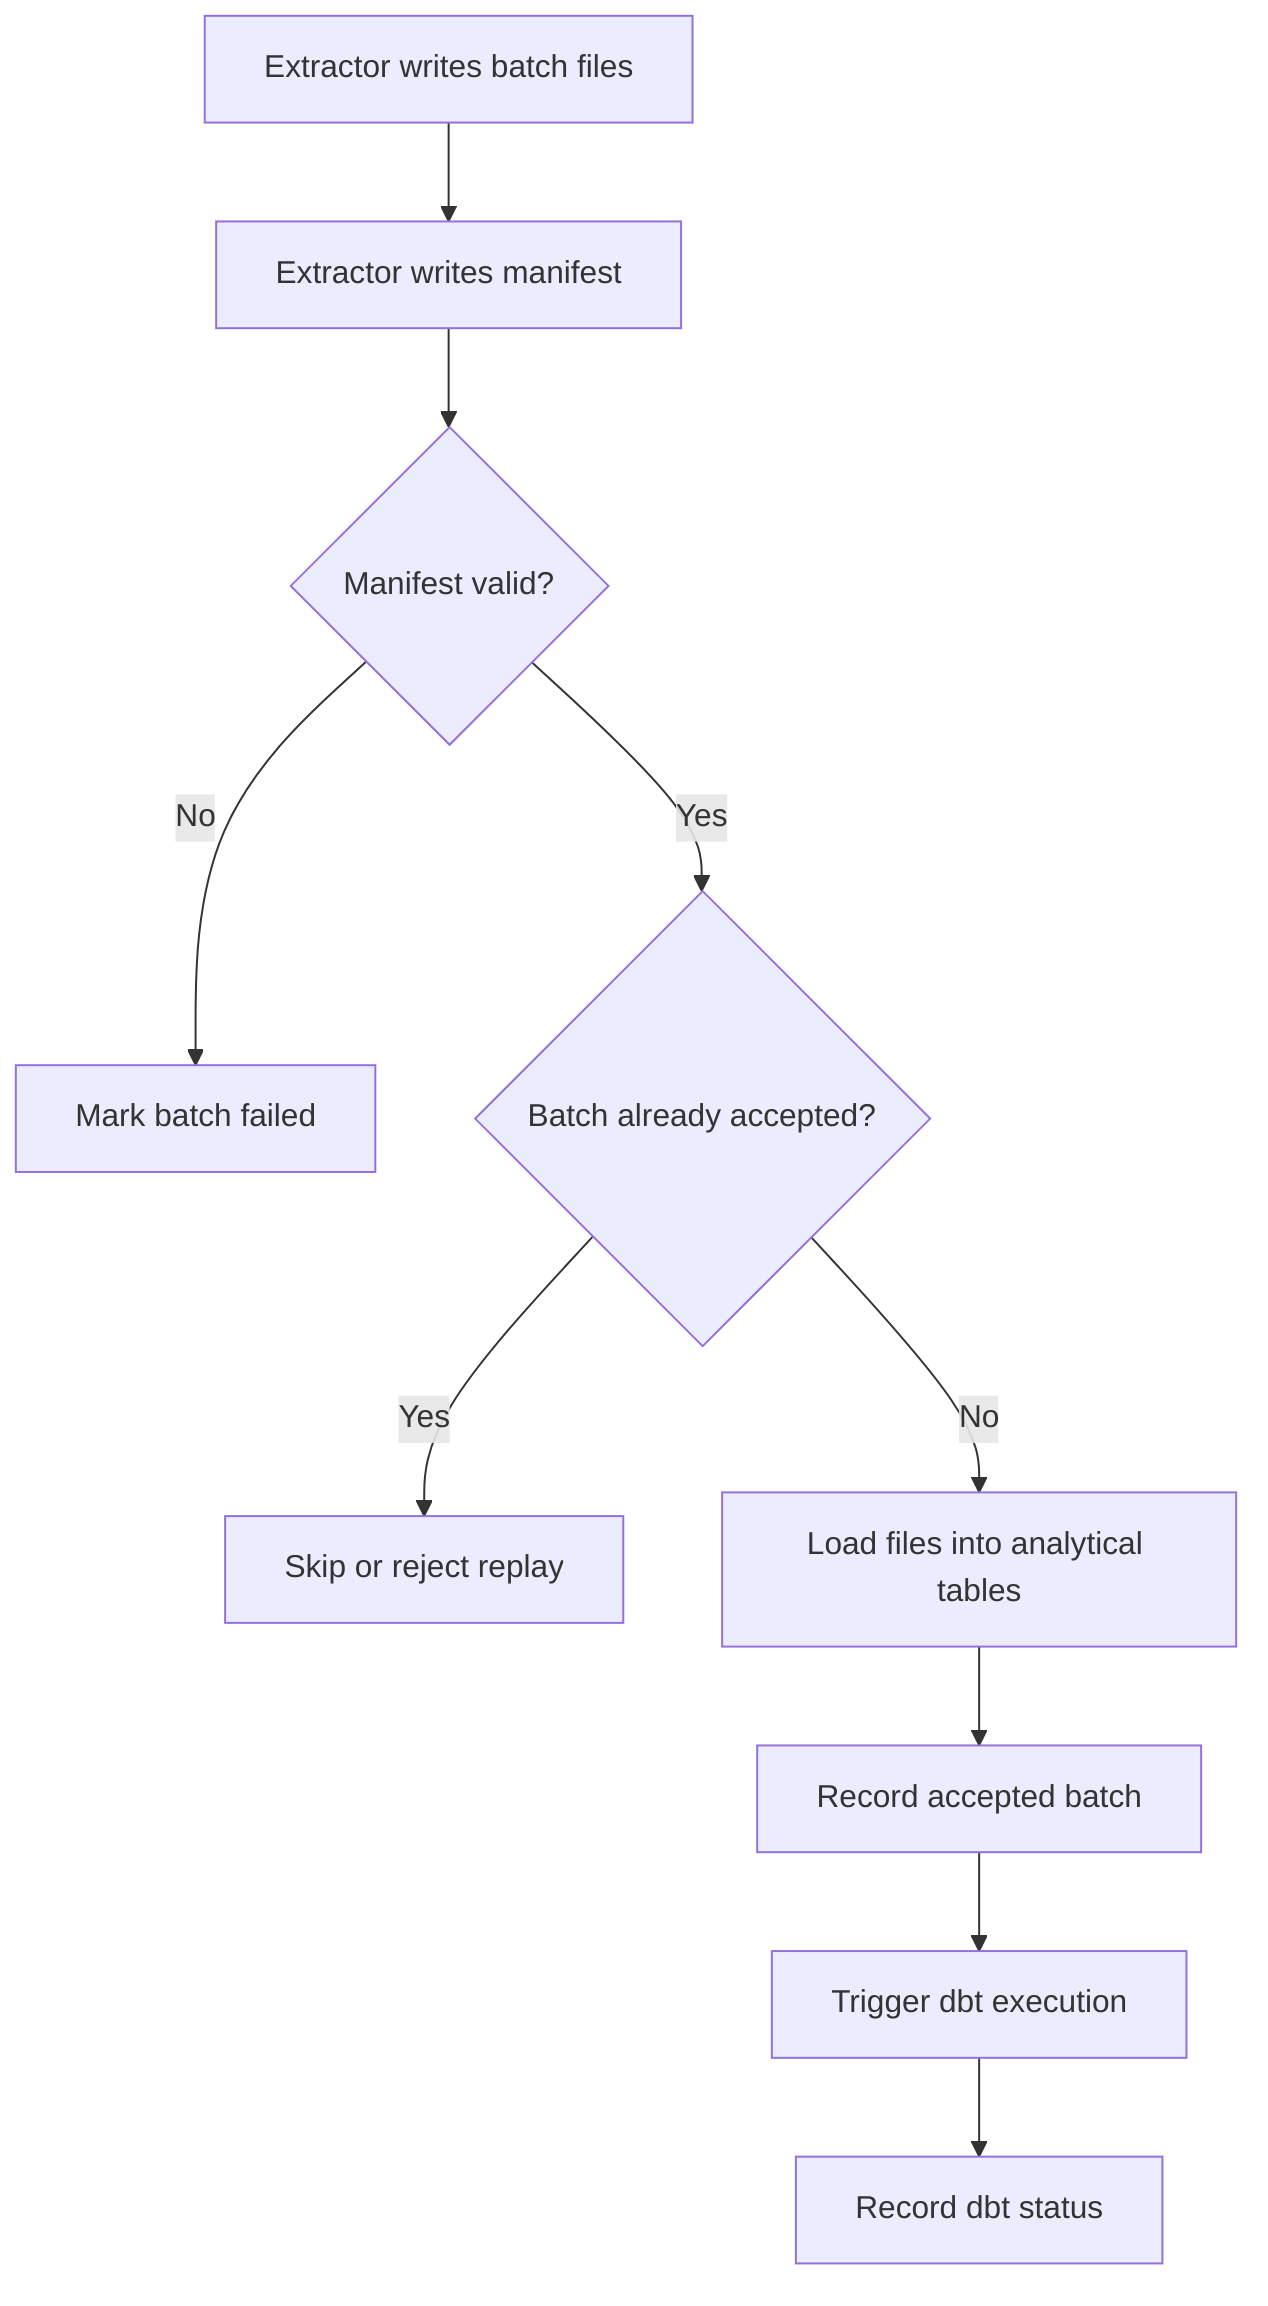
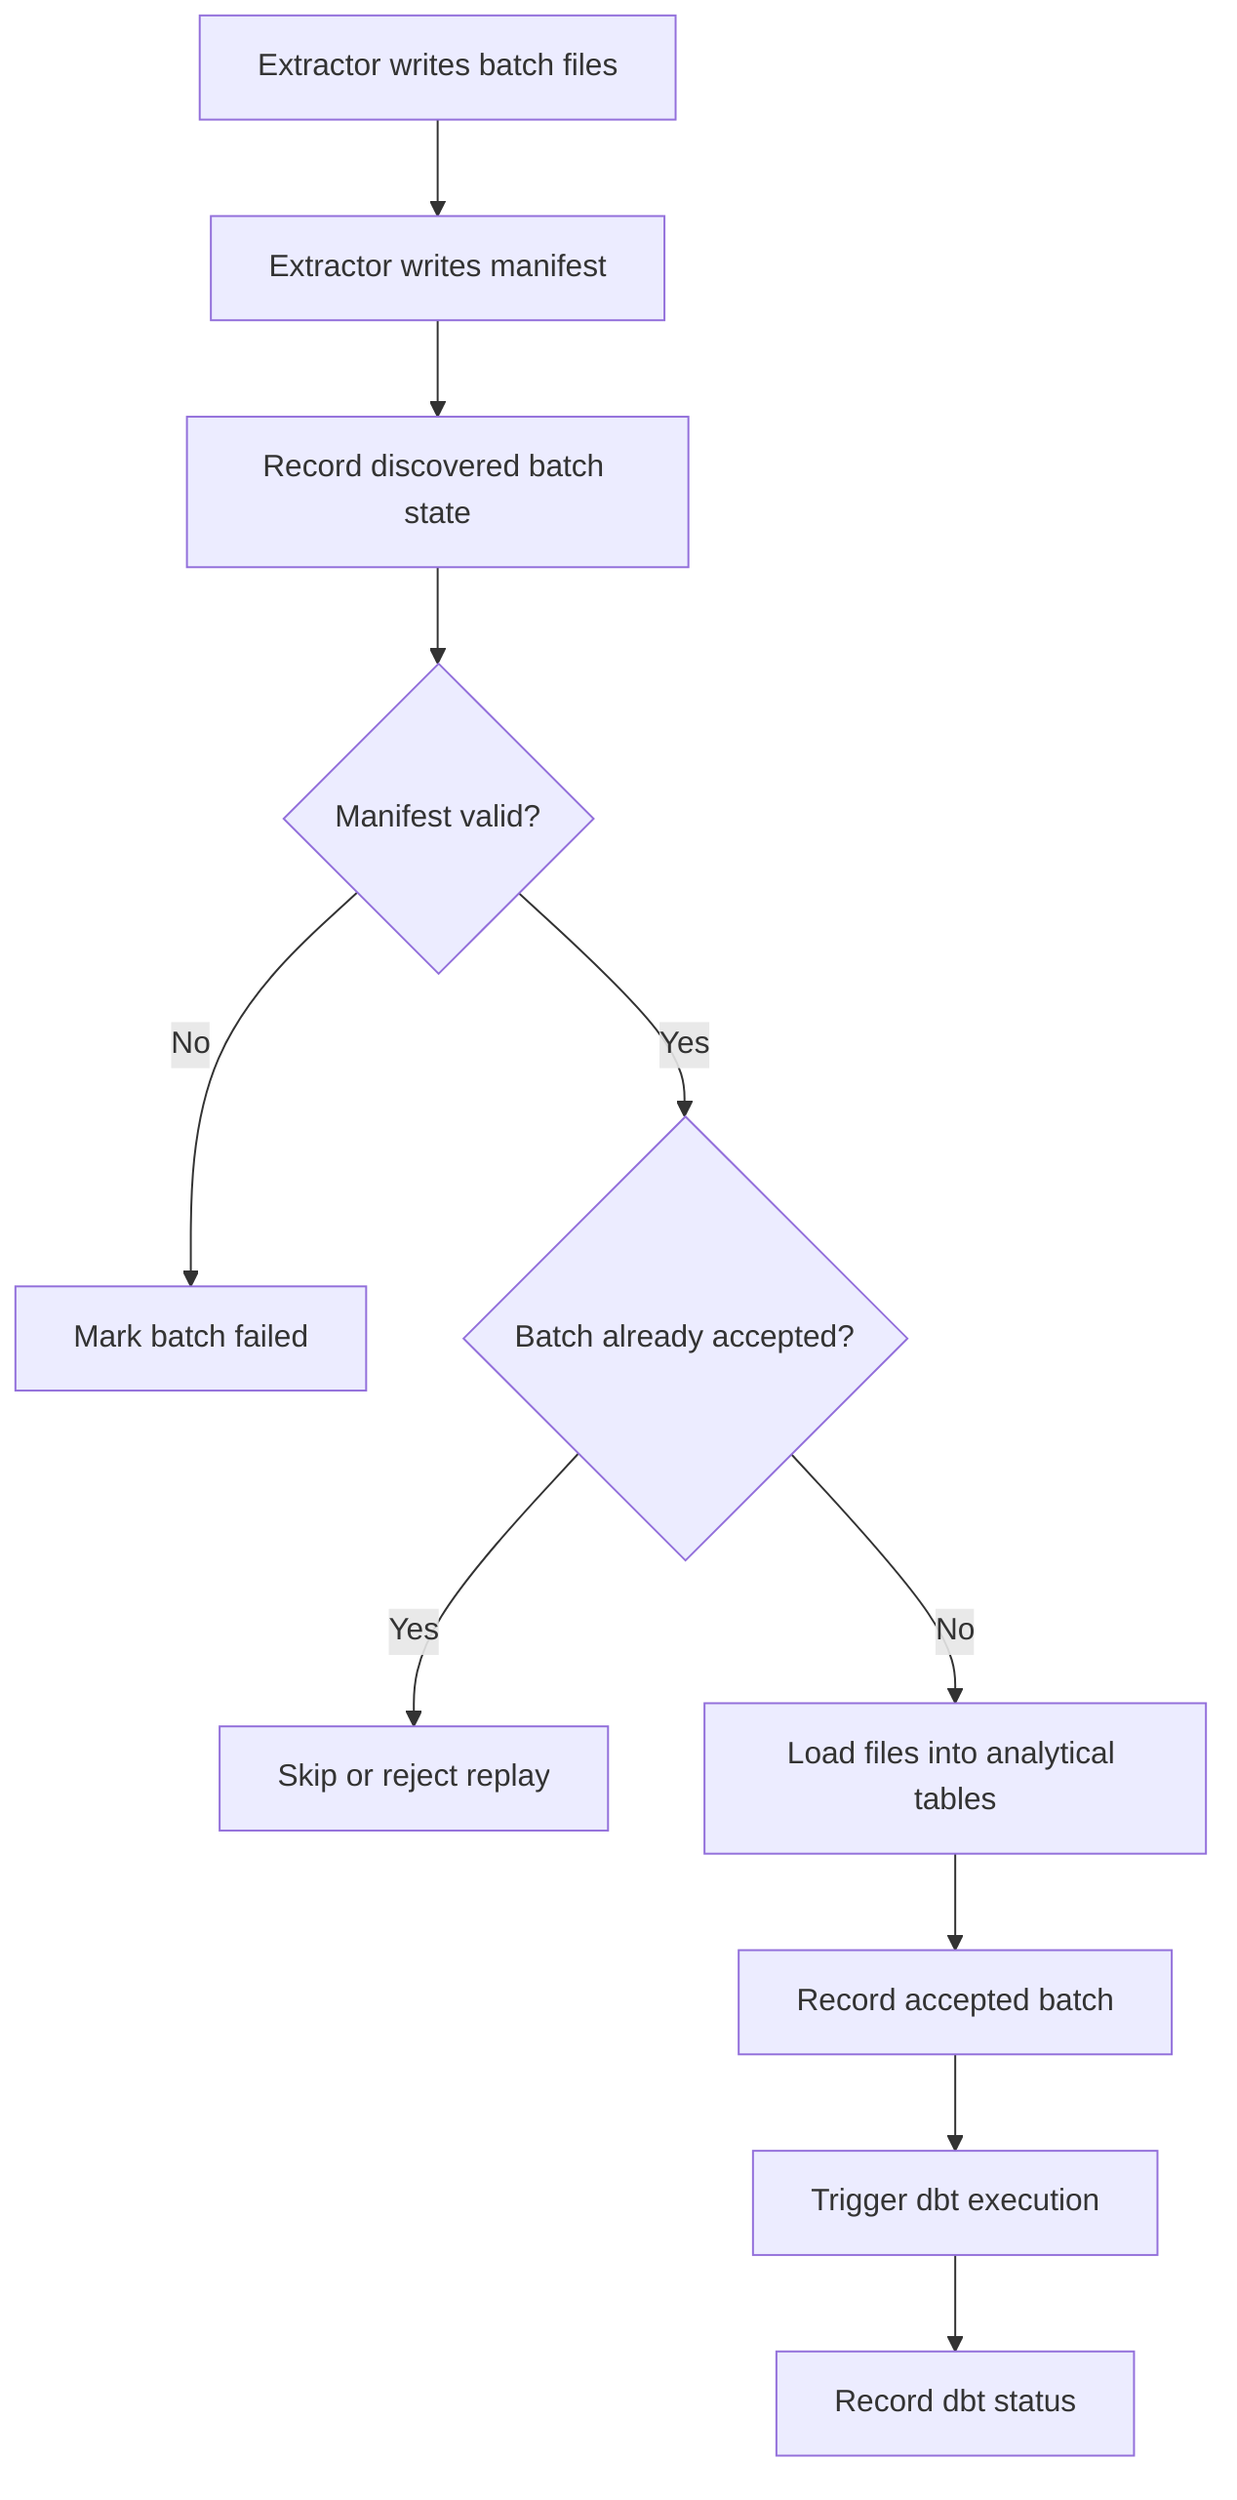
flowchart TD
  A["Extractor writes batch files"] --> B["Extractor writes manifest"]
-   B --> C{"Manifest valid?"}
-   C -- "No" --> D["Mark batch failed"]
-   C -- "Yes" --> E{"Batch already accepted?"}
-   E -- "Yes" --> F["Skip or reject replay"]
-   E -- "No" --> G["Load files into analytical tables"]
-   G --> H["Record accepted batch"]
-   H --> I["Trigger dbt execution"]
-   I --> J["Record dbt status"]
+   B --> C["Record discovered batch state"]
+   C --> D{"Manifest valid?"}
+   D -- "No" --> E["Mark batch failed"]
+   D -- "Yes" --> F{"Batch already accepted?"}
+   F -- "Yes" --> G["Skip or reject replay"]
+   F -- "No" --> H["Load files into analytical tables"]
+   H --> I["Record accepted batch"]
+   I --> J["Trigger dbt execution"]
+   J --> K["Record dbt status"]
